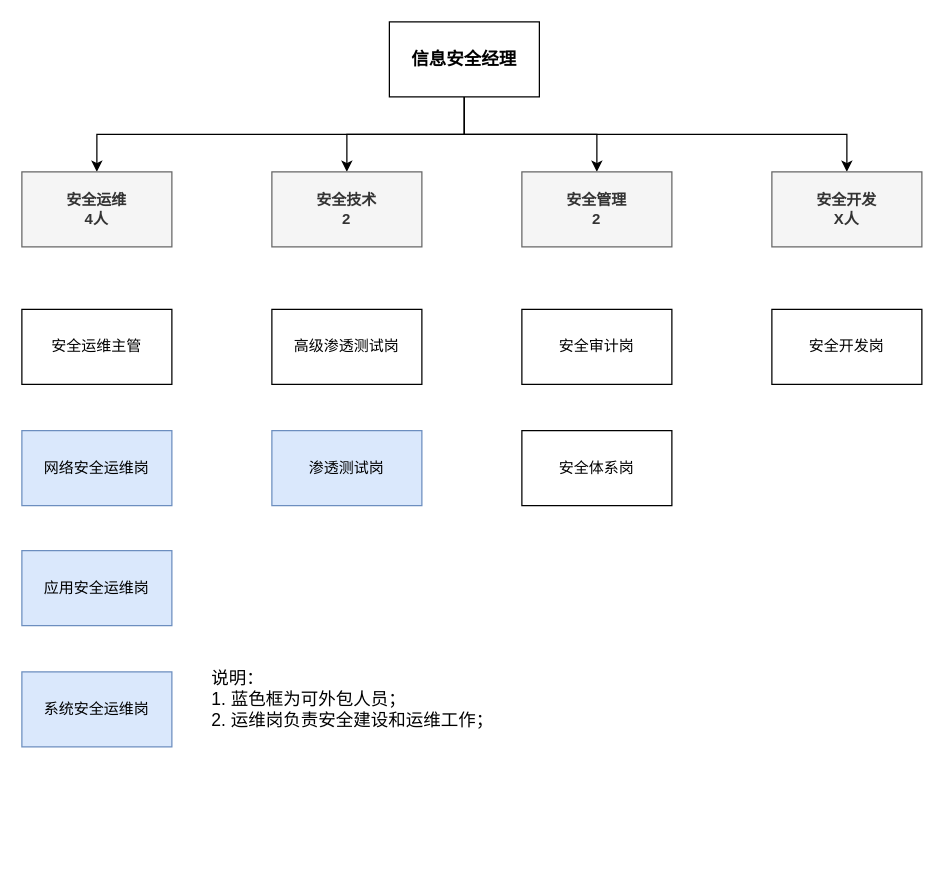
This is page "第 2 页" (2 of 2) of Untitled Diagram.drawio from zhaopoint/GitHack, a draw.io file, before an edit. Source tidied: cells renumbered, new cells numbered last; positions are measured from the earlier drawing's top-left corner, leaving out a move shared by most shapes. Both pictures are drawn from the tidied source at 125%, with x=0, y=0 at pixel (21, 21).
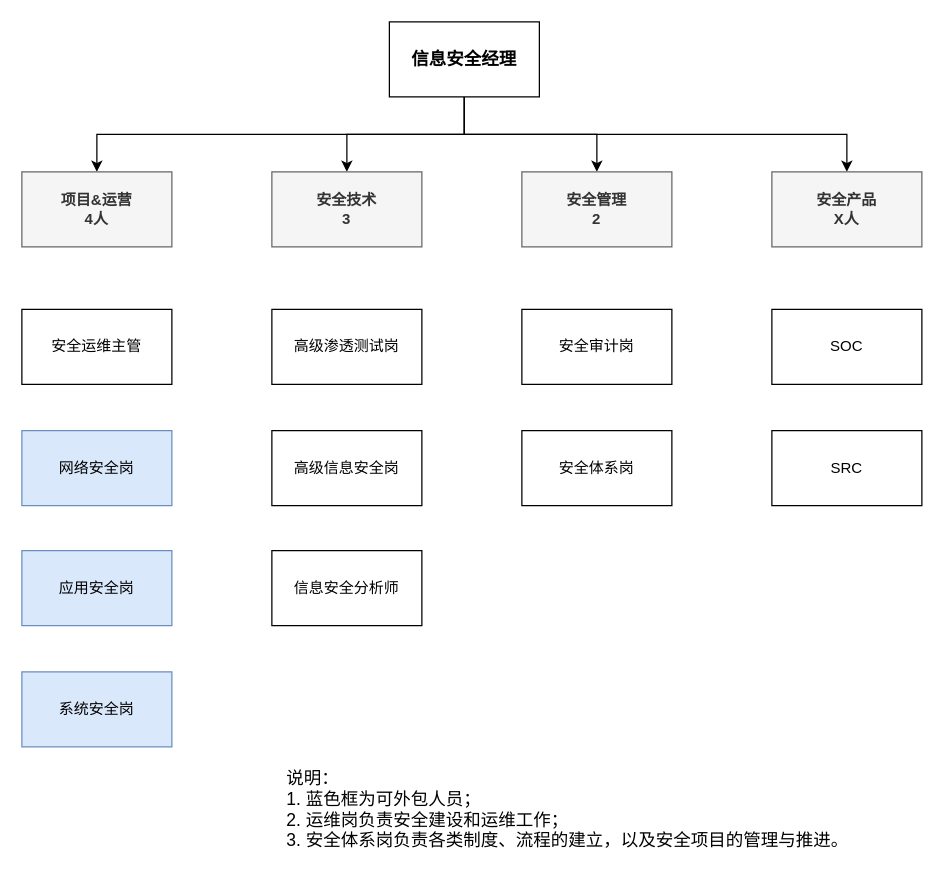
The same page after the edit.

Change to the diagram source:
```diff
@@
-    <mxCell id="2" value="系统安全运维岗" style="rounded=0;whiteSpace=wrap;html=1;fillColor=#dae8fc;strokeColor=#6c8ebf;" parent="1" vertex="1">
+    <mxCell id="2" value="系统安全岗" style="rounded=0;whiteSpace=wrap;html=1;fillColor=#dae8fc;strokeColor=#6c8ebf;" parent="1" vertex="1">
       <mxGeometry y="520" width="120" height="60" as="geometry" />
     </mxCell>
-    <mxCell id="3" value="网络安全运维岗" style="rounded=0;whiteSpace=wrap;html=1;fillColor=#dae8fc;strokeColor=#6c8ebf;" parent="1" vertex="1">
+    <mxCell id="3" value="网络安全岗" style="rounded=0;whiteSpace=wrap;html=1;fillColor=#dae8fc;strokeColor=#6c8ebf;" parent="1" vertex="1">
       <mxGeometry y="327" width="120" height="60" as="geometry" />
     </mxCell>
@@
-    <mxCell id="5" value="应用安全运维岗" style="rounded=0;whiteSpace=wrap;html=1;fillColor=#dae8fc;strokeColor=#6c8ebf;" parent="1" vertex="1">
+    <mxCell id="5" value="应用安全岗" style="rounded=0;whiteSpace=wrap;html=1;fillColor=#dae8fc;strokeColor=#6c8ebf;" parent="1" vertex="1">
       <mxGeometry y="423" width="120" height="60" as="geometry" />
     </mxCell>
@@
-    <mxCell id="11" value="安全开发&lt;br&gt;X人" style="rounded=0;whiteSpace=wrap;html=1;fontStyle=1;labelBackgroundColor=none;fillColor=#f5f5f5;strokeColor=#666666;fontColor=#333333;" parent="1" vertex="1">
+    <mxCell id="11" value="安全产品&lt;br&gt;X人" style="rounded=0;whiteSpace=wrap;html=1;fontStyle=1;labelBackgroundColor=none;fillColor=#f5f5f5;strokeColor=#666666;fontColor=#333333;" parent="1" vertex="1">
       <mxGeometry x="600" y="120" width="120" height="60" as="geometry" />
     </mxCell>
@@
-    <mxCell id="15" value="安全技术&lt;br&gt;2" style="rounded=0;whiteSpace=wrap;html=1;fontStyle=1;labelBackgroundColor=none;fillColor=#f5f5f5;strokeColor=#666666;fontColor=#333333;" parent="1" vertex="1">
+    <mxCell id="15" value="安全技术&lt;br&gt;3" style="rounded=0;whiteSpace=wrap;html=1;fontStyle=1;labelBackgroundColor=none;fillColor=#f5f5f5;strokeColor=#666666;fontColor=#333333;" parent="1" vertex="1">
       <mxGeometry x="200" y="120" width="120" height="60" as="geometry" />
     </mxCell>
-    <mxCell id="16" value="安全开发岗" style="rounded=0;whiteSpace=wrap;html=1;" parent="1" vertex="1">
+    <mxCell id="16" value="SOC" style="rounded=0;whiteSpace=wrap;html=1;" parent="1" vertex="1">
       <mxGeometry x="600" y="230" width="120" height="60" as="geometry" />
     </mxCell>
-    <mxCell id="17" value="安全运维&lt;br&gt;4人" style="rounded=0;whiteSpace=wrap;html=1;fontStyle=1;labelBackgroundColor=none;fillColor=#f5f5f5;strokeColor=#666666;fontColor=#333333;" parent="1" vertex="1">
+    <mxCell id="17" value="项目&amp;amp;运营&lt;br&gt;4人" style="rounded=0;whiteSpace=wrap;html=1;fontStyle=1;labelBackgroundColor=none;fillColor=#f5f5f5;strokeColor=#666666;fontColor=#333333;" parent="1" vertex="1">
       <mxGeometry y="120" width="120" height="60" as="geometry" />
     </mxCell>
-    <mxCell id="18" value="渗透测试岗" style="rounded=0;whiteSpace=wrap;html=1;fillColor=#dae8fc;strokeColor=#6c8ebf;" parent="1" vertex="1">
-      <mxGeometry x="200" y="327" width="120" height="60" as="geometry" />
+    <mxCell id="18" value="信息安全分析师" style="rounded=0;whiteSpace=wrap;html=1;" parent="1" vertex="1">
+      <mxGeometry x="200" y="423" width="120" height="60" as="geometry" />
     </mxCell>
@@
-    <mxCell id="20" value="说明：&lt;br&gt;1. 蓝色框为可外包人员；&lt;br&gt;2. 运维岗负责安全建设和运维工作；" style="text;html=1;strokeColor=none;fillColor=none;align=left;verticalAlign=top;whiteSpace=wrap;rounded=0;labelBackgroundColor=none;fontSize=14;horizontal=1;" parent="1" vertex="1">
-      <mxGeometry x="150" y="510" width="240" height="70" as="geometry" />
+    <mxCell id="20" value="说明：&lt;br&gt;1. 蓝色框为可外包人员；&lt;br&gt;2. 运维岗负责安全建设和运维工作；&lt;br&gt;3. 安全体系岗负责各类制度、流程的建立，以及安全项目的管理与推进。" style="text;html=1;strokeColor=none;fillColor=none;align=left;verticalAlign=top;whiteSpace=wrap;rounded=0;labelBackgroundColor=none;fontSize=14;horizontal=1;" parent="1" vertex="1">
+      <mxGeometry x="210" y="590" width="460" height="70" as="geometry" />
     </mxCell>
+    <mxCell id="21" value="SRC" style="rounded=0;whiteSpace=wrap;html=1;" parent="1" vertex="1">
+      <mxGeometry x="600" y="327" width="120" height="60" as="geometry" />
+    </mxCell>
+    <mxCell id="22" value="高级信息安全岗" style="rounded=0;whiteSpace=wrap;html=1;" parent="1" vertex="1">
+      <mxGeometry x="200" y="327" width="120" height="60" as="geometry" />
+    </mxCell>
```
